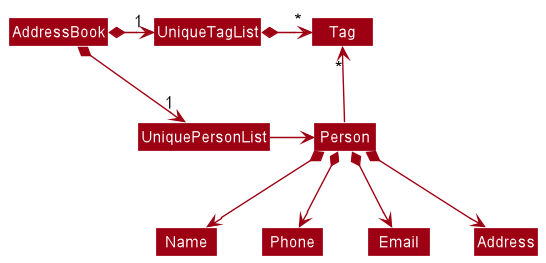
The PlantUML diagram docs/images/BetterModelClassDiagram.png in nus-cs2103-AY2223S1/tp, before a commit.
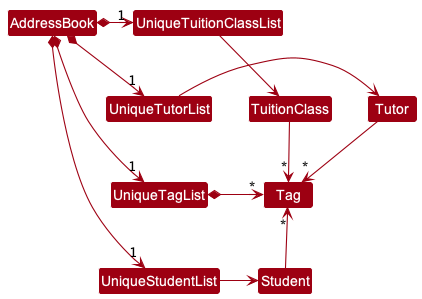
The same diagram one commit later.

Commit message:
Update model diagram and ppp

Diff of the diagram source:
```diff
@@ -4,18 +4,23 @@
 skinparam arrowColor MODEL_COLOR
 skinparam classBackgroundColor MODEL_COLOR
 
-AddressBook *-right-> "1" UniquePersonList
+AddressBook *-right-> "1" UniqueStudentList
+AddressBook *-right-> "1" UniqueTutorList
+AddressBook *-right-> "1" UniqueTuitionClassList
 AddressBook *-right-> "1" UniqueTagList
-UniqueTagList -[hidden]down- UniquePersonList
-UniqueTagList -[hidden]down- UniquePersonList
+UniqueTagList -[hidden]down- UniqueStudentList
+UniqueTagList -[hidden]down- UniqueStudentList
+UniqueTuitionClassList -[hidden]down- UniqueTutorList
+
+UniqueTagList -[hidden]up- UniqueTutorList
 
 UniqueTagList *-right-> "*" Tag
-UniquePersonList -right-> Person
+UniqueStudentList -right-> Student
+UniqueTutorList -right-> Tutor
+UniqueTuitionClassList -right-> TuitionClass
 
-Person -up-> "*" Tag
+Student -up-> "*" Tag
+Tutor -down-> "*" Tag
+TuitionClass -down-> "*" Tag
 
-Person *--> Name
-Person *--> Phone
-Person *--> Email
-Person *--> Address
 @enduml
```
